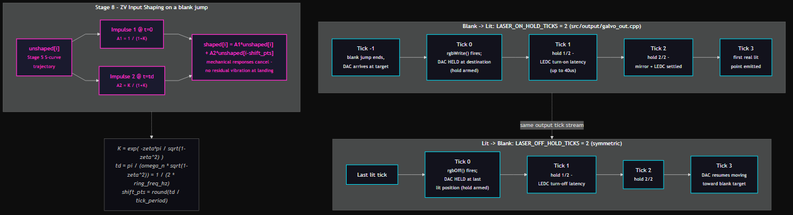
Before: docs/assets/diagrams/laser_timing.png, a diagram exported from Mermaid (Andre1Becker/GalvOS). Its source is kept beside it as docs/assets/diagrams/laser_timing.mmd. Source of this version:
```mermaid
%%{init: {"theme": "dark", "flowchart": {"curve": "linear"}}}%%
flowchart TD
    subgraph HOLDON["Blank -&gt; Lit: LASER_ON_HOLD_TICKS = 2 (src/output/galvo_out.cpp)"]
        direction LR
        A0["Tick -1<br/><small>blank jump ends,<br/>DAC arrives at target</small>"] --> A1["Tick 0<br/><small>rgbWrite() fires;<br/>DAC HELD at destination<br/>(hold armed)</small>"]
        A1 --> A2["Tick 1<br/><small>hold 1/2 -<br/>LEDC turn-on latency<br/>(up to 40us)</small>"]
        A2 --> A3["Tick 2<br/><small>hold 2/2 -<br/>mirror + LEDC settled</small>"]
        A3 --> A4["Tick 3<br/><small>first real lit<br/>point emitted</small>"]
    end

    subgraph HOLDOFF["Lit -&gt; Blank: LASER_OFF_HOLD_TICKS = 2 (symmetric)"]
        direction LR
        B0["Last lit tick"] --> B1["Tick 0<br/><small>rgbOff() fires;<br/>DAC HELD at last<br/>lit position (hold armed)</small>"]
        B1 --> B2["Tick 1<br/><small>hold 1/2 -<br/>LEDC turn-off latency</small>"]
        B2 --> B3["Tick 2<br/><small>hold 2/2</small>"]
        B3 --> B4["Tick 3<br/><small>DAC resumes moving<br/>toward blank target</small>"]
    end

    A4 -.->|same output tick stream| B0

    subgraph ZV["Stage 8 - ZV Input Shaping on a blank jump"]
        direction LR
        Z0["unshaped[i]<br/><small>Stage 5 S-curve<br/>trajectory</small>"]
        Z1["Impulse 1 @ t=0<br/><small>A1 = 1 / (1+K)</small>"]
        Z2["Impulse 2 @ t=td<br/><small>A2 = K / (1+K)</small>"]
        Z0 --> Z1
        Z0 --> Z2
        Z1 --> Z3
        Z2 --> Z3
        Z3["shaped[i] = A1*unshaped[i] + A2*unshaped[i-shift_pts]<br/><small>mechanical responses cancel -<br/>no residual vibration at landing</small>"]
    end

    ZK["K = exp( -zeta*pi / sqrt(1-zeta^2) )<br/>td = pi / (omega_n * sqrt(1-zeta^2)) = 1 / (2 * ring_freq_hz)<br/>shift_pts = round(td / tick_period)"]
    Z3 -.-> ZK

    classDef tick fill:#12121c,stroke:#00e5ff,stroke-width:1.5px,color:#e6e6f0
    classDef zv fill:#1a1a2e,stroke:#ff2ecb,stroke-width:2px,color:#ff2ecb
    classDef note fill:#0d0d14,stroke:#666,stroke-width:1px,color:#aaa,font-style:italic
    class A0,A1,A2,A3,A4,B0,B1,B2,B3,B4 tick
    class Z0,Z1,Z2,Z3 zv
    class ZK note
```
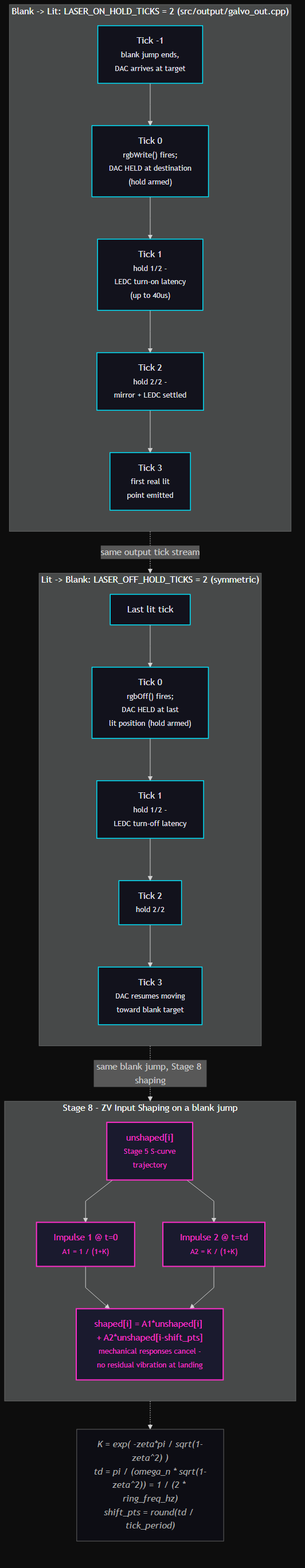
After the change.

Commit message:
docs: Optimizer diagrams stack vertically and shrink out of the way

What changed in the source:
```diff
@@ -1,7 +1,7 @@
 %%{init: {"theme": "dark", "flowchart": {"curve": "linear"}}}%%
 flowchart TD
     subgraph HOLDON["Blank -&gt; Lit: LASER_ON_HOLD_TICKS = 2 (src/output/galvo_out.cpp)"]
-        direction LR
+        direction TD
         A0["Tick -1<br/><small>blank jump ends,<br/>DAC arrives at target</small>"] --> A1["Tick 0<br/><small>rgbWrite() fires;<br/>DAC HELD at destination<br/>(hold armed)</small>"]
         A1 --> A2["Tick 1<br/><small>hold 1/2 -<br/>LEDC turn-on latency<br/>(up to 40us)</small>"]
         A2 --> A3["Tick 2<br/><small>hold 2/2 -<br/>mirror + LEDC settled</small>"]
@@ -9,7 +9,7 @@
     end
 
     subgraph HOLDOFF["Lit -&gt; Blank: LASER_OFF_HOLD_TICKS = 2 (symmetric)"]
-        direction LR
+        direction TD
         B0["Last lit tick"] --> B1["Tick 0<br/><small>rgbOff() fires;<br/>DAC HELD at last<br/>lit position (hold armed)</small>"]
         B1 --> B2["Tick 1<br/><small>hold 1/2 -<br/>LEDC turn-off latency</small>"]
         B2 --> B3["Tick 2<br/><small>hold 2/2</small>"]
@@ -17,9 +17,10 @@
     end
 
     A4 -.->|same output tick stream| B0
+    B4 -.->|same blank jump, Stage 8 shaping| Z0
 
     subgraph ZV["Stage 8 - ZV Input Shaping on a blank jump"]
-        direction LR
+        direction TD
         Z0["unshaped[i]<br/><small>Stage 5 S-curve<br/>trajectory</small>"]
         Z1["Impulse 1 @ t=0<br/><small>A1 = 1 / (1+K)</small>"]
         Z2["Impulse 2 @ t=td<br/><small>A2 = K / (1+K)</small>"]
```
